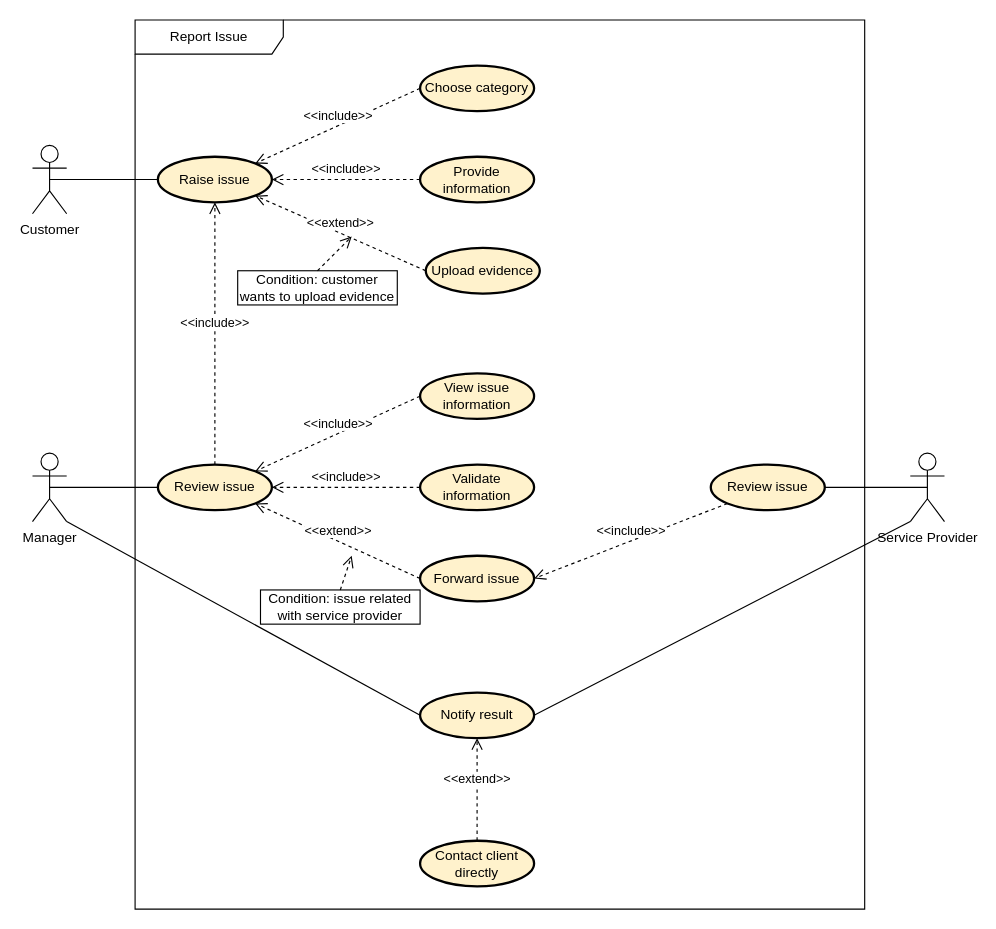
The draw.io diagram Functional-analysis/usecase-diagram/3. Báo cáo/Report.drawio in HuyEuler/Apartment-management-system, before the edit. Source tidied: cells renumbered, new cells numbered last; positions are measured from the earlier drawing's top-left corner, leaving out a move shared by most shapes. Both pictures are drawn from the tidied source at 114%, with x=0, y=0 at pixel (32, 19).
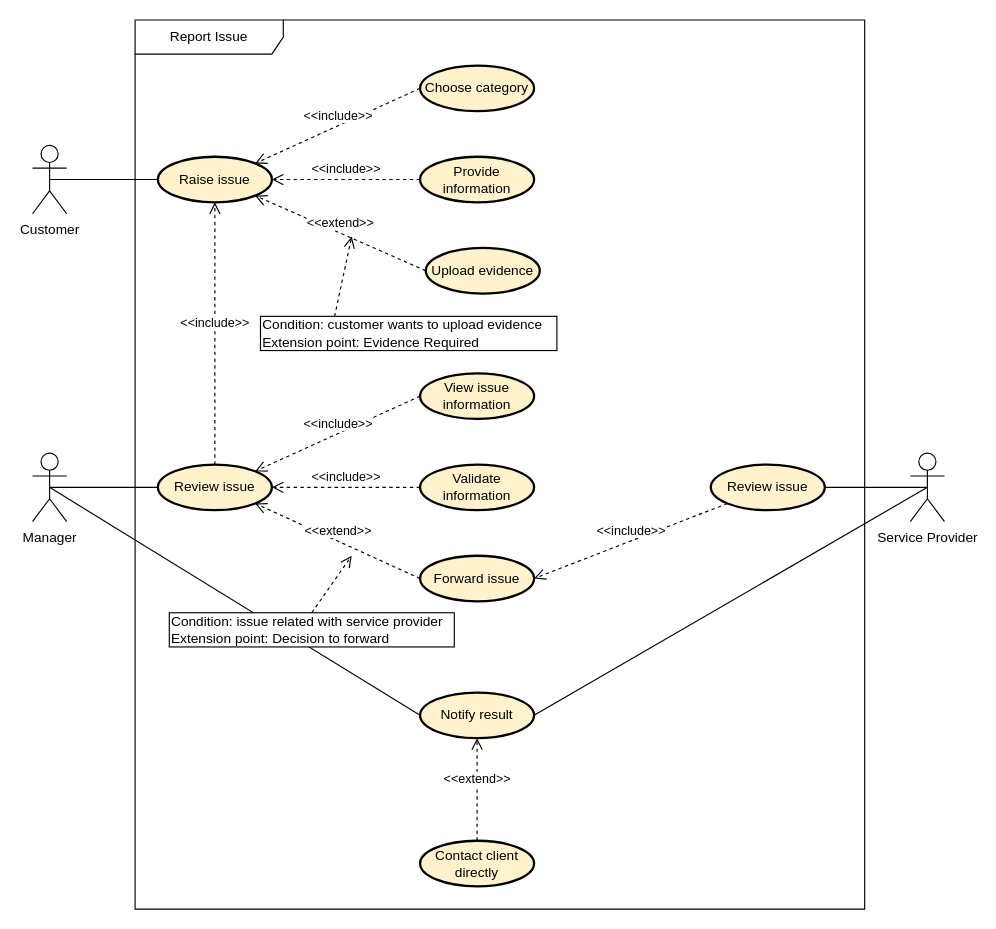
The same diagram, later.

Unchanged cells that the change refers to:
```xml
<mxCell id="11" value="Manager" style="shape=umlActor;verticalLabelPosition=bottom;verticalAlign=top;html=1;" parent="1" vertex="1">
  <mxGeometry y="380" width="30" height="60" as="geometry" />
</mxCell>
<mxCell id="17" value="Notify result" style="ellipse;whiteSpace=wrap;html=1;align=center;fillColor=#fff2cc;strokeColor=light-dark(#000000, #6d5100);strokeWidth=2;" parent="1" vertex="1">
  <mxGeometry x="340" y="590" width="100" height="40" as="geometry" />
</mxCell>
<mxCell id="18" value="Service Provider" style="shape=umlActor;verticalLabelPosition=bottom;verticalAlign=top;html=1;" parent="1" vertex="1">
  <mxGeometry x="770" y="380" width="30" height="60" as="geometry" />
</mxCell>
```

The edit, as a diff of the source:
```diff
@@
-    <mxCell id="24" style="endArrow=none;html=1;rounded=0;exitX=1;exitY=1;exitDx=0;exitDy=0;exitPerimeter=0;entryX=0;entryY=0.5;entryDx=0;entryDy=0;" parent="1" edge="1" source="11" target="17">
+    <mxCell id="24" style="endArrow=none;html=1;rounded=0;exitX=0.5;exitY=0.5;exitDx=0;exitDy=0;exitPerimeter=0;entryX=0;entryY=0.5;entryDx=0;entryDy=0;" parent="1" edge="1" source="11" target="17">
       <mxGeometry relative="1" as="geometry" />
     </mxCell>
-    <mxCell id="25" style="endArrow=none;html=1;rounded=0;exitX=0;exitY=1;exitDx=0;exitDy=0;exitPerimeter=0;entryX=1;entryY=0.5;entryDx=0;entryDy=0;" parent="1" edge="1" source="18" target="17">
+    <mxCell id="25" style="endArrow=none;html=1;rounded=0;exitX=0.5;exitY=0.5;exitDx=0;exitDy=0;exitPerimeter=0;entryX=1;entryY=0.5;entryDx=0;entryDy=0;" parent="1" edge="1" source="18" target="17">
       <mxGeometry relative="1" as="geometry" />
     </mxCell>
@@
-    <mxCell id="31" value="Condition: customer wants to upload evidence" style="whiteSpace=wrap;html=1;align=center;" parent="1" vertex="1">
-      <mxGeometry x="180" y="220" width="140" height="30" as="geometry" />
+    <mxCell id="31" value="Condition: customer wants to upload evidence&lt;div&gt;Extension point:&amp;nbsp;Evidence Required&lt;/div&gt;" style="whiteSpace=wrap;html=1;align=left;" parent="1" vertex="1">
+      <mxGeometry x="200" y="260" width="260" height="30" as="geometry" />
     </mxCell>
-    <mxCell id="32" value="Condition: issue related with service provider" style="whiteSpace=wrap;html=1;align=center;" parent="1" vertex="1">
-      <mxGeometry x="200" y="500" width="140" height="30" as="geometry" />
+    <mxCell id="32" value="Condition: issue related with service provider&lt;div&gt;Extension point: Decision to forward&lt;/div&gt;" style="whiteSpace=wrap;html=1;align=left;" parent="1" vertex="1">
+      <mxGeometry x="120" y="520" width="250" height="30" as="geometry" />
     </mxCell>
@@
-    <mxCell id="34" style="html=1;verticalAlign=bottom;endArrow=open;dashed=1;endSize=8;curved=0;rounded=0;exitX=0.5;exitY=0;exitDx=0;exitDy=0;" parent="1" edge="1" source="31">
+    <mxCell id="34" style="html=1;verticalAlign=bottom;endArrow=open;dashed=1;endSize=8;curved=0;rounded=0;exitX=0.25;exitY=0;exitDx=0;exitDy=0;" parent="1" edge="1" source="31">
       <mxGeometry x="0.75" y="-30" relative="1" as="geometry">
         <mxPoint x="280" y="190" as="targetPoint" />
       </mxGeometry>
     </mxCell>
```
